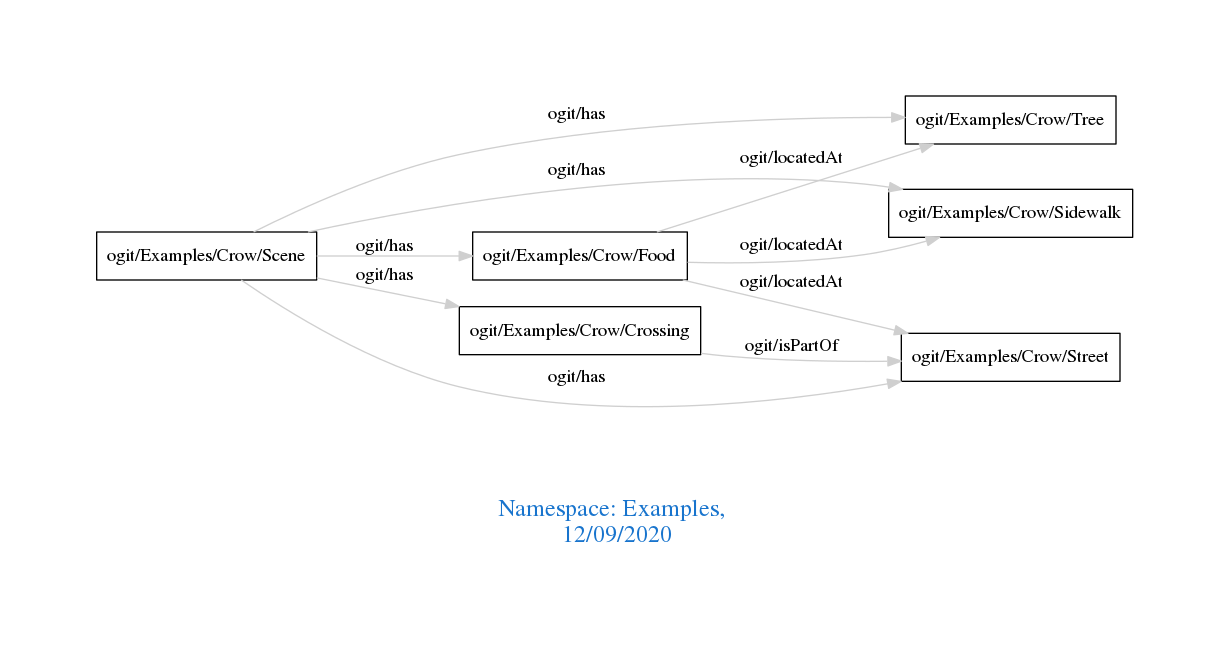
Above: downloads/Examples.png in arago/OGIT (Graphviz), before the change. Its source is kept beside it as downloads/Examples.dot.
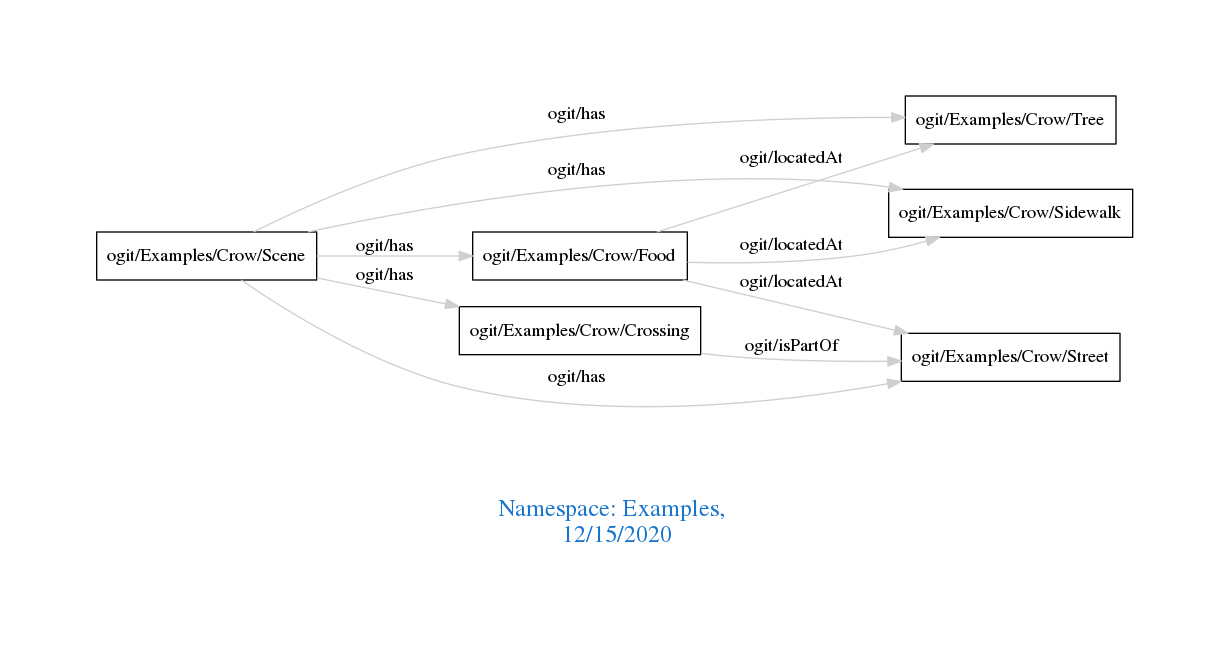
Later version of the same file.

Change to the diagram source:
```diff
@@ -1,7 +1,7 @@
 digraph OGIT_ontology {
  graph [ rankdir= LR,pad=1
 fontsize = 18,
-fontcolor= dodgerblue3,label = "\n\n\nNamespace: Examples, \n 12/09/2020"];
+fontcolor= dodgerblue3,label = "\n\n\nNamespace: Examples, \n 12/15/2020"];
 node[shape=polygon];
 edge [  color="gray81"];
 
```
